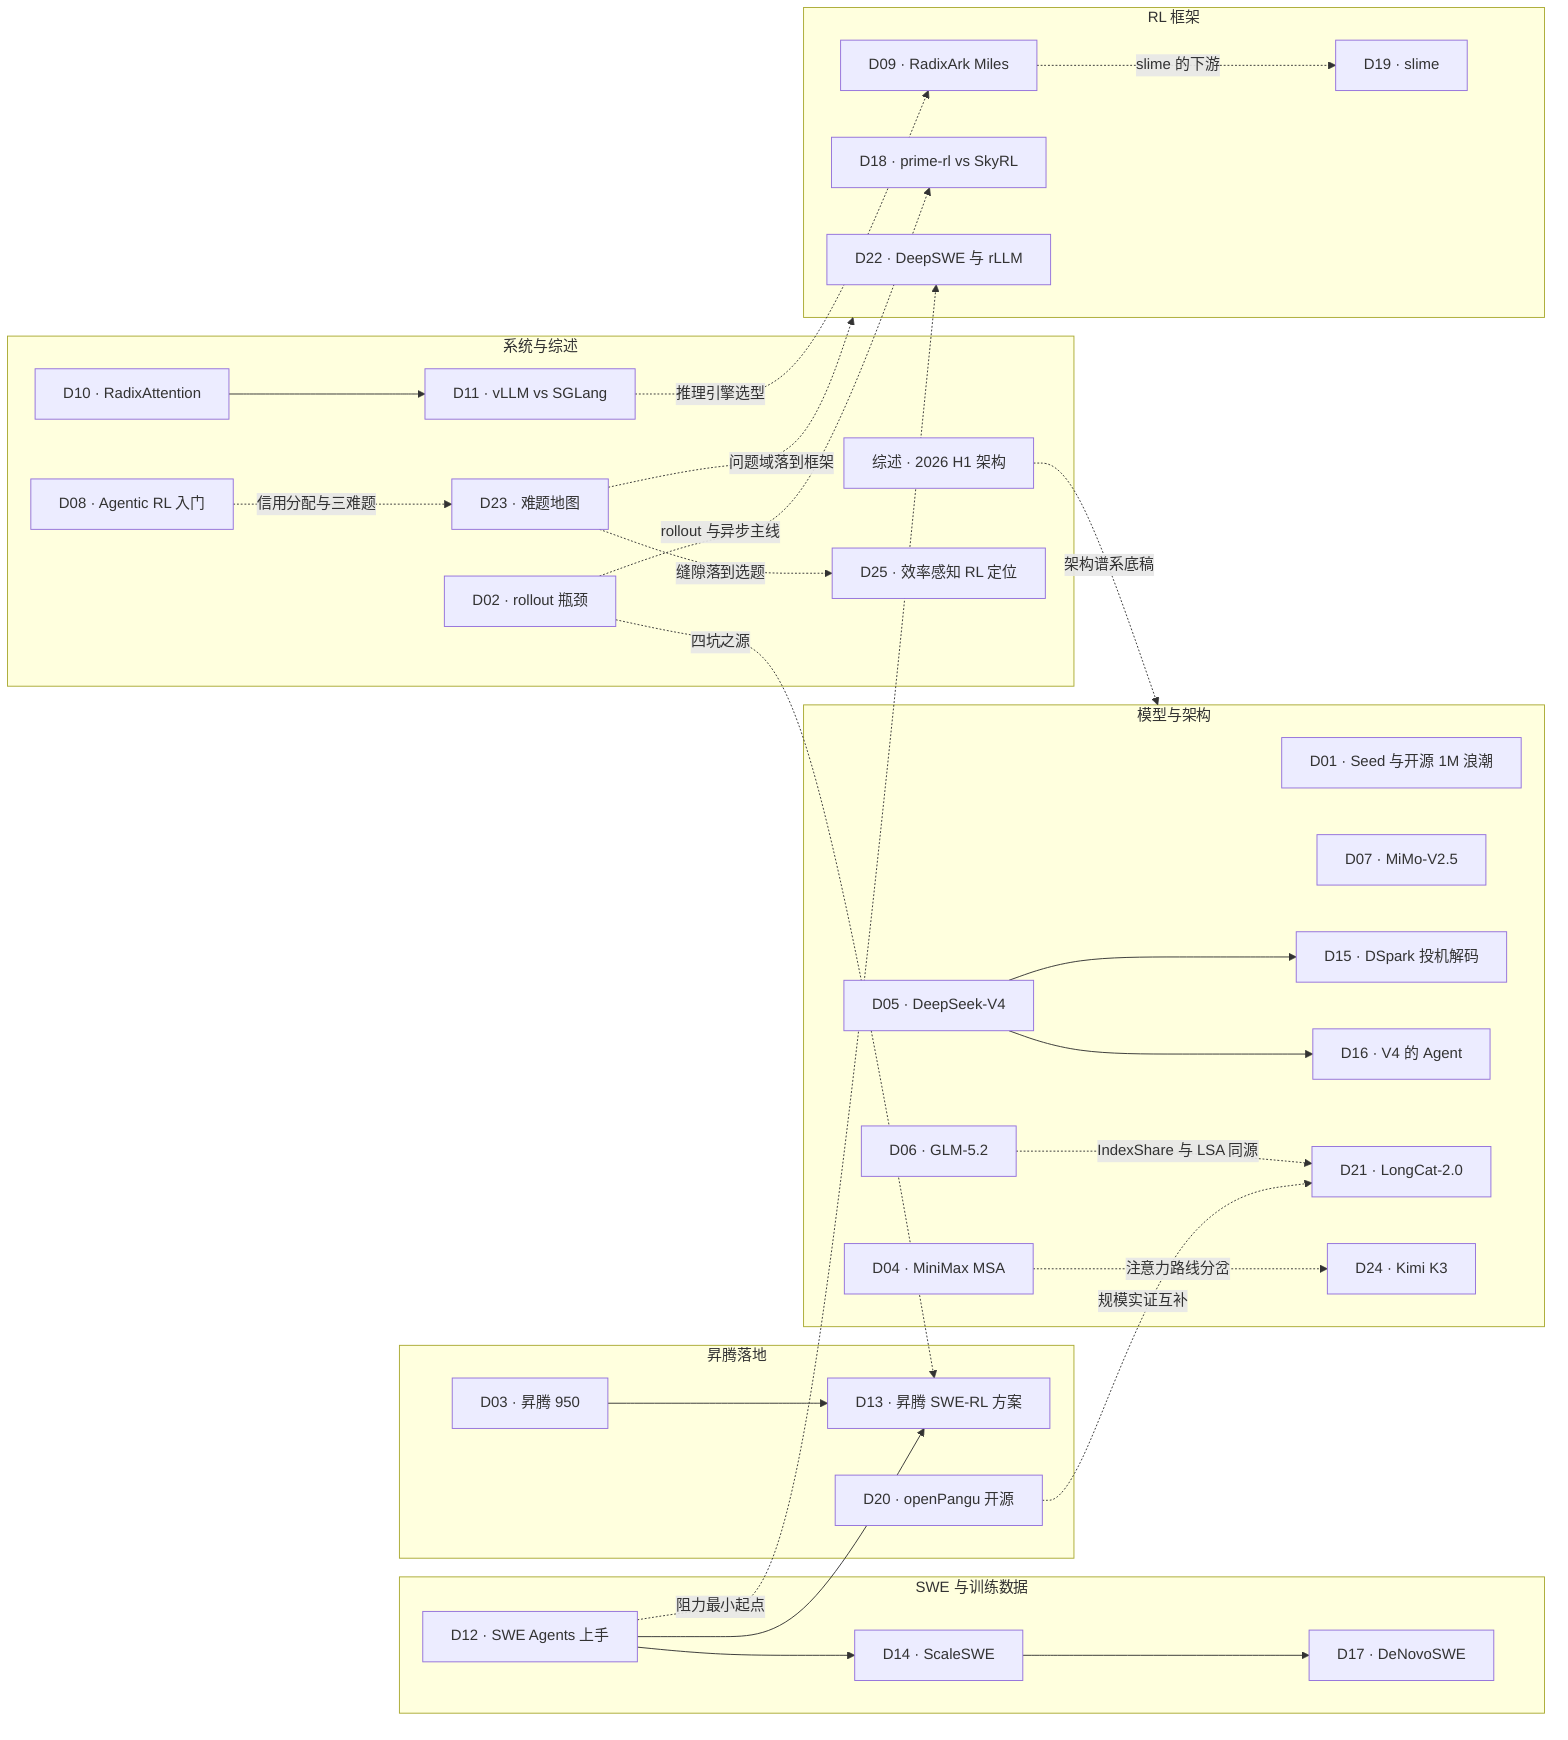
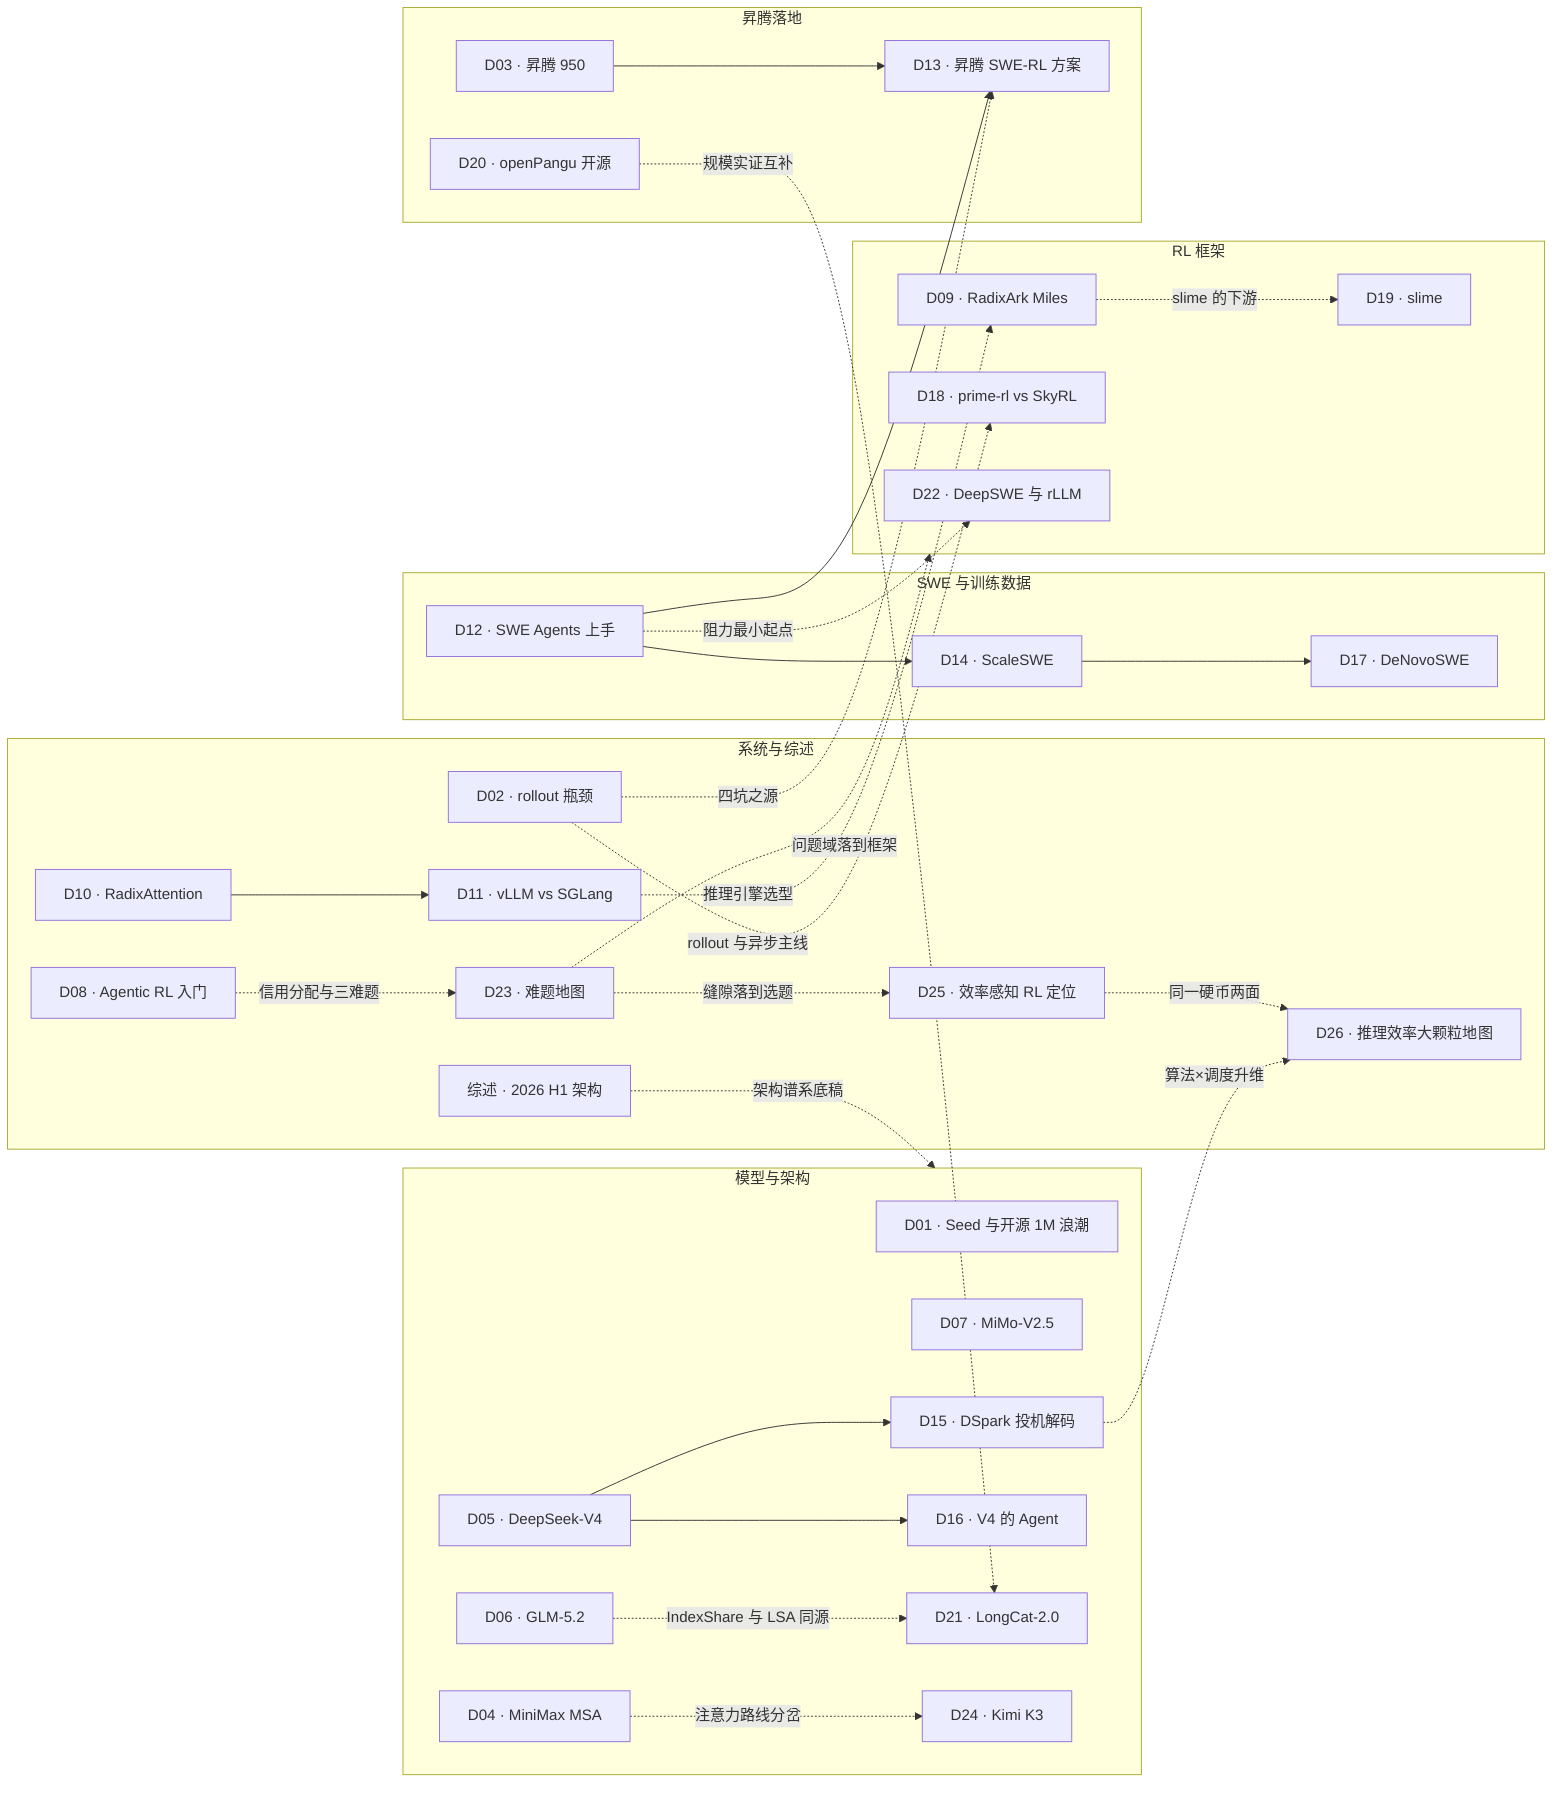
flowchart LR
    subgraph SYS ["系统与综述"]
        SUR["综述 · 2026 H1 架构"]
        N02["D02 · rollout 瓶颈"]
        N08["D08 · Agentic RL 入门"]
        N10["D10 · RadixAttention"]
        N11["D11 · vLLM vs SGLang"]
        N23["D23 · 难题地图"]
        N25["D25 · 效率感知 RL 定位"]
+         N26["D26 · 推理效率大颗粒地图"]
    end
    subgraph MODEL ["模型与架构"]
        N01["D01 · Seed 与开源 1M 浪潮"]
        N04["D04 · MiniMax MSA"]
        N05["D05 · DeepSeek-V4"]
        N06["D06 · GLM-5.2"]
        N07["D07 · MiMo-V2.5"]
        N15["D15 · DSpark 投机解码"]
        N16["D16 · V4 的 Agent"]
        N21["D21 · LongCat-2.0"]
        N24["D24 · Kimi K3"]
    end
    subgraph SWE ["SWE 与训练数据"]
        N12["D12 · SWE Agents 上手"]
        N14["D14 · ScaleSWE"]
        N17["D17 · DeNovoSWE"]
    end
    subgraph FW ["RL 框架"]
        N09["D09 · RadixArk Miles"]
        N18["D18 · prime-rl vs SkyRL"]
        N19["D19 · slime"]
        N22["D22 · DeepSWE 与 rLLM"]
    end
    subgraph NPU ["昇腾落地"]
        N03["D03 · 昇腾 950"]
        N13["D13 · 昇腾 SWE-RL 方案"]
        N20["D20 · openPangu 开源"]
    end

    SUR -. "架构谱系底稿" .-> MODEL
    N02 -. "rollout 与异步主线" .-> N18
    N02 -. "四坑之源" .-> N13
    N08 -. "信用分配与三难题" .-> N23
    N23 -. "缝隙落到选题" .-> N25
+     N15 -. "算法×调度升维" .-> N26
+     N25 -. "同一硬币两面" .-> N26
    N10 --> N11
    N11 -. "推理引擎选型" .-> N09
    N05 --> N15
    N05 --> N16
    N06 -. "IndexShare 与 LSA 同源" .-> N21
    N12 --> N13
    N12 --> N14
    N14 --> N17
    N12 -. "阻力最小起点" .-> N22
    N09 -. "slime 的下游" .-> N19
    N04 -. "注意力路线分岔" .-> N24
    N03 --> N13
    N20 -. "规模实证互补" .-> N21
    N23 -. "问题域落到框架" .-> FW
